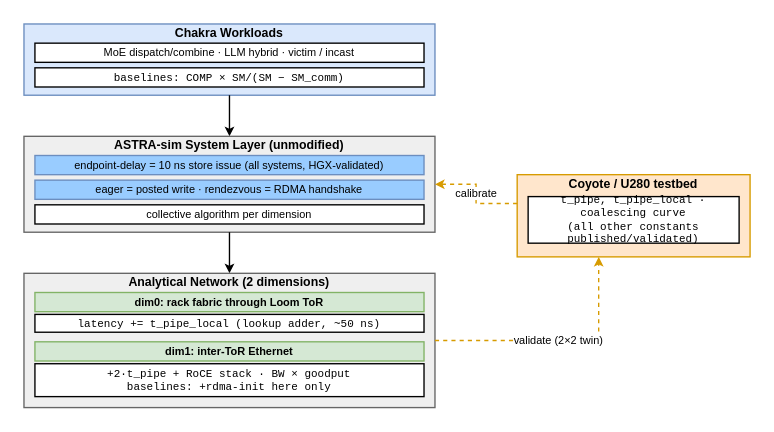
Above: examples/loom/figures/loom-sim-setup.drawio.xml in harshanavkis/astra-sim (draw.io), before the change. Source tidied: cells renumbered, new cells numbered last; positions are measured from the earlier drawing's top-left corner, leaving out a move shared by most shapes. Both pictures are drawn from the tidied source at 137%, with x=0, y=0 at pixel (23, 23).
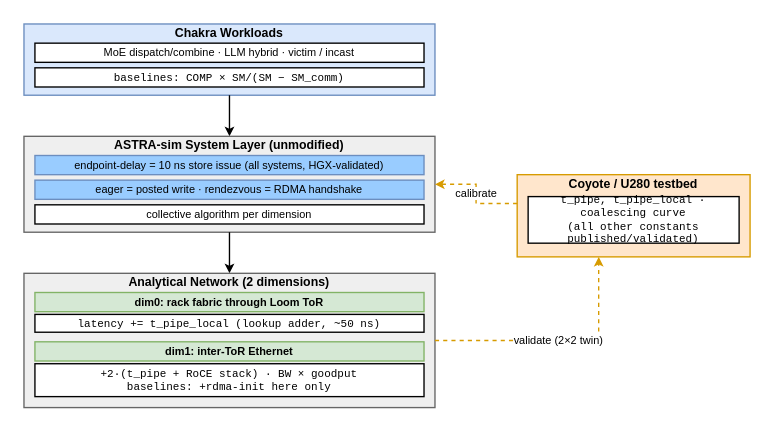
After the change.

Commit message (it also covers changes not shown here):
loom: RoCE transport processing composes INTO the per-traversal pipeline

Change to the diagram source:
```diff
@@
 <mxGraphModel>
   <root>
     <mxCell id="0" />
     <mxCell id="1" parent="0" />
     <mxCell id="2" value="Chakra Workloads" style="rounded=0;whiteSpace=wrap;html=1;fillColor=#dae8fc;strokeColor=#6c8ebf;verticalAlign=top;spacing=0;fontSize=9;strokeWidth=1;spacingTop=-3;fontStyle=1;" parent="1" vertex="1">
       <mxGeometry width="300" height="52" as="geometry" />
     </mxCell>
     <mxCell id="3" value="MoE dispatch/combine · LLM hybrid · victim / incast" style="rounded=0;whiteSpace=wrap;html=1;fontSize=8;" parent="1" vertex="1">
       <mxGeometry x="8" y="14" width="284" height="14" as="geometry" />
     </mxCell>
     <mxCell id="4" value="baselines: COMP × SM/(SM − SM_comm)" style="rounded=0;whiteSpace=wrap;html=1;fontSize=8;fontFamily=Courier;" parent="1" vertex="1">
       <mxGeometry x="8" y="32" width="284" height="14" as="geometry" />
     </mxCell>
     <mxCell id="5" style="edgeStyle=orthogonalEdgeStyle;rounded=0;jettySize=auto;html=1;endSize=4;startSize=4;exitX=0.5;exitY=1;exitDx=0;exitDy=0;entryX=0.5;entryY=0;entryDx=0;entryDy=0;" parent="1" edge="1" source="2" target="6">
       <mxGeometry relative="1" as="geometry" />
     </mxCell>
     <mxCell id="6" value="ASTRA-sim System Layer (unmodified)" style="rounded=0;whiteSpace=wrap;html=1;fillColor=#EFEFEF;strokeColor=#666666;verticalAlign=top;spacing=0;fontSize=9;strokeWidth=1;spacingTop=-3;fontStyle=1;" parent="1" vertex="1">
       <mxGeometry y="82" width="300" height="70" as="geometry" />
     </mxCell>
     <mxCell id="7" value="endpoint-delay = 10 ns store issue (all systems, HGX-validated)" style="rounded=0;whiteSpace=wrap;html=1;fillColor=#99CCFF;strokeColor=#6c8ebf;fontSize=8;" parent="1" vertex="1">
       <mxGeometry x="8" y="96" width="284" height="14" as="geometry" />
     </mxCell>
     <mxCell id="8" value="eager = posted write · rendezvous = RDMA handshake" style="rounded=0;whiteSpace=wrap;html=1;fillColor=#99CCFF;strokeColor=#6c8ebf;fontSize=8;" parent="1" vertex="1">
       <mxGeometry x="8" y="114" width="284" height="14" as="geometry" />
     </mxCell>
     <mxCell id="9" value="collective algorithm per dimension" style="rounded=0;whiteSpace=wrap;html=1;fontSize=8;" parent="1" vertex="1">
       <mxGeometry x="8" y="132" width="284" height="14" as="geometry" />
     </mxCell>
     <mxCell id="10" style="edgeStyle=orthogonalEdgeStyle;rounded=0;jettySize=auto;html=1;endSize=4;startSize=4;exitX=0.5;exitY=1;exitDx=0;exitDy=0;entryX=0.5;entryY=0;entryDx=0;entryDy=0;" parent="1" edge="1" source="6" target="11">
       <mxGeometry relative="1" as="geometry" />
     </mxCell>
     <mxCell id="11" value="Analytical Network (2 dimensions)" style="rounded=0;whiteSpace=wrap;html=1;fillColor=#EFEFEF;strokeColor=#666666;verticalAlign=top;spacing=0;fontSize=9;strokeWidth=1;spacingTop=-3;fontStyle=1;" parent="1" vertex="1">
       <mxGeometry y="182" width="300" height="98" as="geometry" />
     </mxCell>
     <mxCell id="12" value="dim0: rack fabric through Loom ToR" style="rounded=0;whiteSpace=wrap;html=1;fillColor=#d5e8d4;strokeColor=#82b366;fontSize=8;fontStyle=1;" parent="1" vertex="1">
       <mxGeometry x="8" y="196" width="284" height="14" as="geometry" />
     </mxCell>
     <mxCell id="13" value="latency += t_pipe_local (lookup adder, ~50 ns)" style="rounded=0;whiteSpace=wrap;html=1;fontSize=8;fontFamily=Courier;" parent="1" vertex="1">
       <mxGeometry x="8" y="212" width="284" height="13" as="geometry" />
     </mxCell>
     <mxCell id="14" value="dim1: inter-ToR Ethernet" style="rounded=0;whiteSpace=wrap;html=1;fillColor=#d5e8d4;strokeColor=#82b366;fontSize=8;fontStyle=1;" parent="1" vertex="1">
       <mxGeometry x="8" y="232" width="284" height="14" as="geometry" />
     </mxCell>
-    <mxCell id="15" value="+2·t_pipe + RoCE stack · BW × goodput&#10;baselines: +rdma-init here only" style="rounded=0;whiteSpace=wrap;html=1;fontSize=8;fontFamily=Courier;" parent="1" vertex="1">
+    <mxCell id="15" value="+2·(t_pipe + RoCE stack) · BW × goodput&#10;baselines: +rdma-init here only" style="rounded=0;whiteSpace=wrap;html=1;fontSize=8;fontFamily=Courier;" parent="1" vertex="1">
       <mxGeometry x="8" y="248" width="284" height="24" as="geometry" />
     </mxCell>
     <mxCell id="16" value="Coyote / U280 testbed" style="rounded=0;whiteSpace=wrap;html=1;fillColor=#ffe6cc;strokeColor=#d79b00;verticalAlign=top;spacing=0;fontSize=9;strokeWidth=1;spacingTop=-3;fontStyle=1;" parent="1" vertex="1">
       <mxGeometry x="360" y="110" width="170" height="60" as="geometry" />
     </mxCell>
     <mxCell id="17" value="t_pipe, t_pipe_local · coalescing curve&#10;(all other constants published/validated)" style="rounded=0;whiteSpace=wrap;html=1;fontSize=8;fontFamily=Courier;" parent="1" vertex="1">
       <mxGeometry x="368" y="126" width="154" height="34" as="geometry" />
     </mxCell>
     <mxCell id="18" value="calibrate" style="edgeStyle=orthogonalEdgeStyle;rounded=0;jettySize=auto;html=1;endSize=4;startSize=4;dashed=1;strokeColor=#d79b00;fontSize=8;exitX=0;exitY=0.35;exitDx=0;exitDy=0;entryX=1;entryY=0.5;entryDx=0;entryDy=0;" parent="1" edge="1" source="16" target="6">
       <mxGeometry relative="1" as="geometry" />
     </mxCell>
     <mxCell id="19" value="validate (2×2 twin)" style="edgeStyle=orthogonalEdgeStyle;rounded=0;jettySize=auto;html=1;endSize=4;startSize=4;dashed=1;strokeColor=#d79b00;fontSize=8;exitX=1;exitY=0.5;exitDx=0;exitDy=0;entryX=0.35;entryY=1;entryDx=0;entryDy=0;" parent="1" edge="1" source="11" target="16">
       <mxGeometry relative="1" as="geometry" />
     </mxCell>
   </root>
 </mxGraphModel>
```
